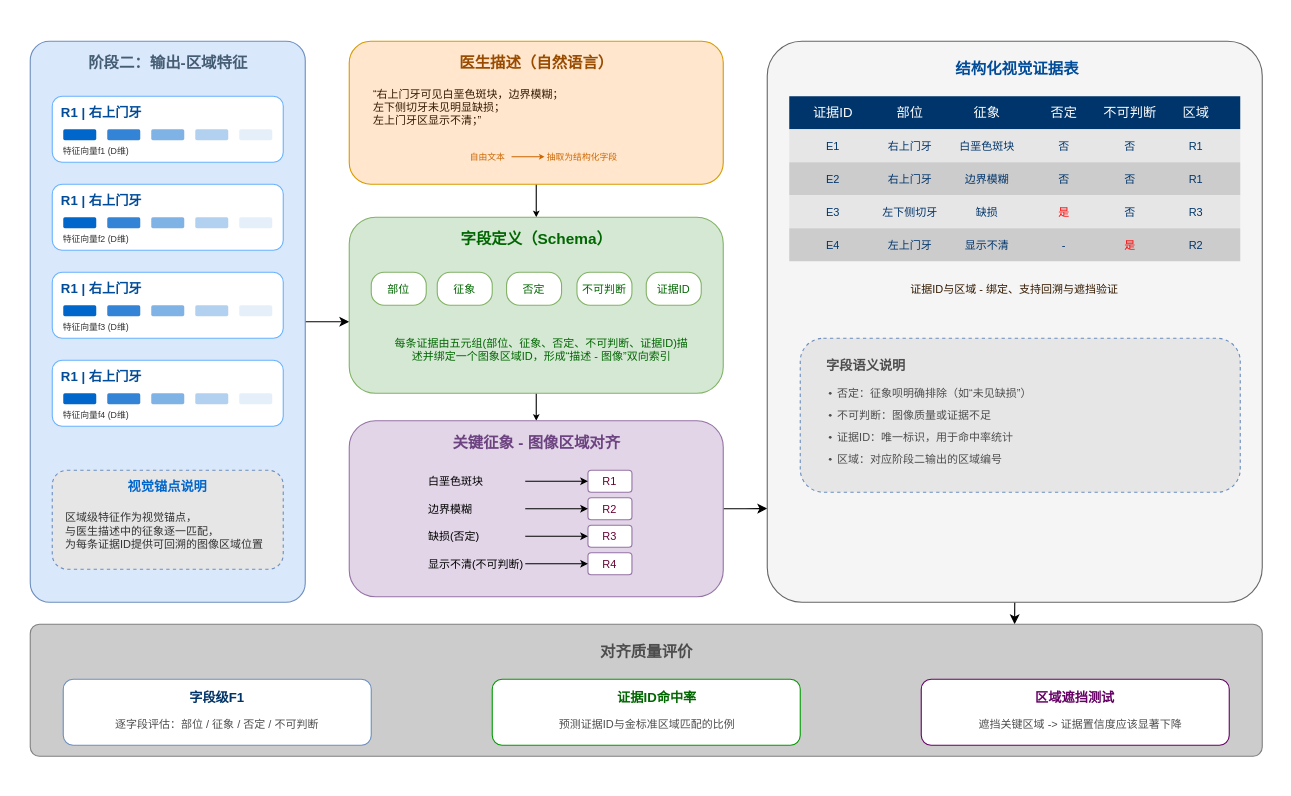
This is ThesisProposal/draft/开题报告-cc-v2/figures/图七视觉-语言证据对齐结构图.drawio from XiaoHG/medical-report-generation, a draw.io file, before an edit. Source tidied: cells renumbered, new cells numbered last; positions are measured from the earlier drawing's top-left corner, leaving out a move shared by most shapes. Both pictures are drawn from the tidied source at 110%, with x=0, y=0 at pixel (19, 19).
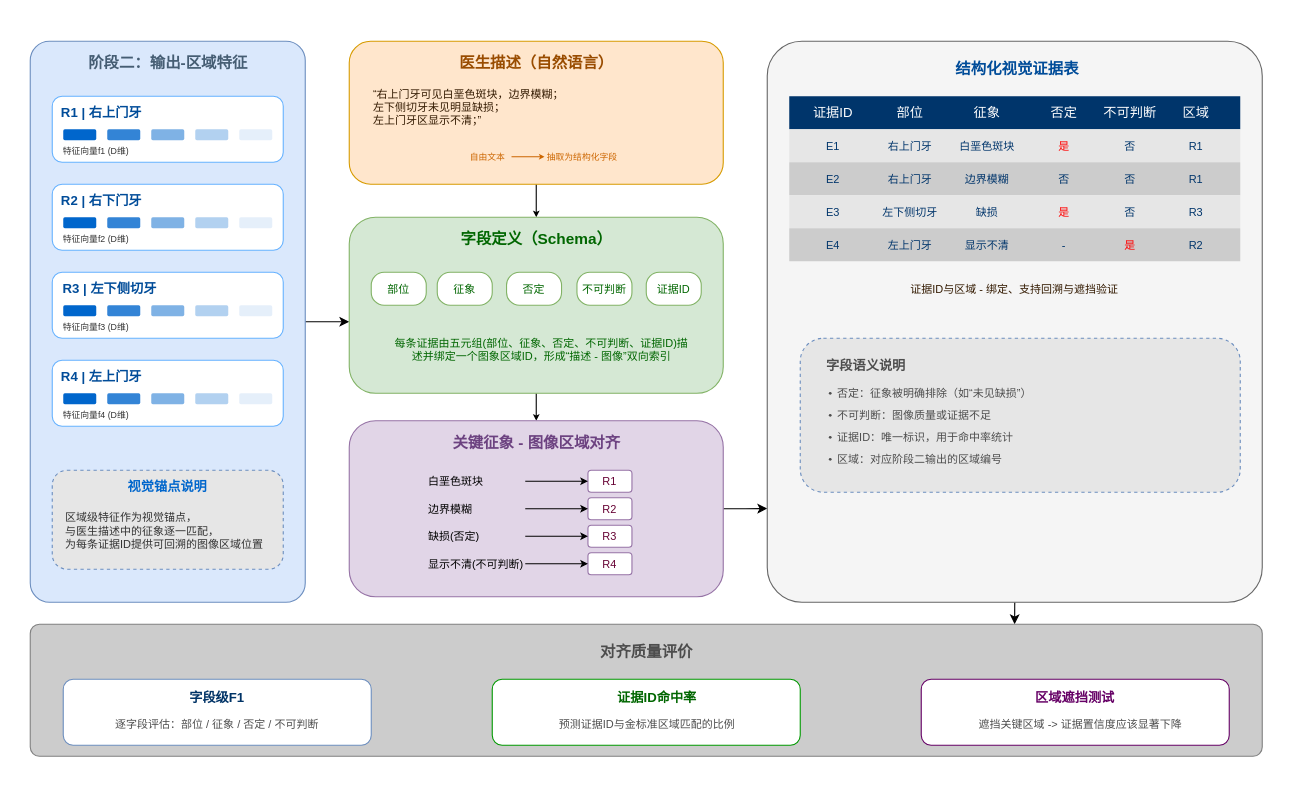
The same diagram, later.

What changed in the source:
```diff
@@
-    <mxCell id="15" value="R1 | 右上门牙" style="text;html=1;whiteSpace=wrap;strokeColor=none;fillColor=none;align=center;verticalAlign=middle;rounded=0;fontStyle=1;fontColor=#004C99;" parent="1" vertex="1">
+    <mxCell id="15" value="R2 | 右下门牙" style="text;html=1;whiteSpace=wrap;strokeColor=none;fillColor=none;align=center;verticalAlign=middle;rounded=0;fontStyle=1;fontColor=#004C99;" parent="1" vertex="1">
       <mxGeometry x="30" y="150" width="90" height="30" as="geometry" />
     </mxCell>
@@
-    <mxCell id="23" value="R1 | 右上门牙" style="text;html=1;whiteSpace=wrap;strokeColor=none;fillColor=none;align=center;verticalAlign=middle;rounded=0;fontStyle=1;fontColor=#004C99;" parent="1" vertex="1">
-      <mxGeometry x="30" y="230" width="90" height="30" as="geometry" />
+    <mxCell id="23" value="R3 | 左下侧切牙" style="text;html=1;whiteSpace=wrap;strokeColor=none;fillColor=none;align=center;verticalAlign=middle;rounded=0;fontStyle=1;fontColor=#004C99;" parent="1" vertex="1">
+      <mxGeometry x="30" y="230" width="105" height="30" as="geometry" />
     </mxCell>
@@
-    <mxCell id="31" value="R1 | 右上门牙" style="text;html=1;whiteSpace=wrap;strokeColor=none;fillColor=none;align=center;verticalAlign=middle;rounded=0;fontStyle=1;fontColor=#004C99;" parent="1" vertex="1">
+    <mxCell id="31" value="R4 | 左上门牙" style="text;html=1;whiteSpace=wrap;strokeColor=none;fillColor=none;align=center;verticalAlign=middle;rounded=0;fontStyle=1;fontColor=#004C99;" parent="1" vertex="1">
       <mxGeometry x="30" y="310" width="90" height="30" as="geometry" />
     </mxCell>
@@
-    <mxCell id="89" value="否" style="text;html=1;whiteSpace=wrap;strokeColor=none;fillColor=none;align=center;verticalAlign=middle;rounded=0;fontColor=#00356B;fontSize=10;" parent="1" vertex="1">
+    <mxCell id="89" value="是" style="text;html=1;whiteSpace=wrap;strokeColor=none;fillColor=none;align=center;verticalAlign=middle;rounded=0;fontColor=#FF0000;fontSize=10;" parent="1" vertex="1">
       <mxGeometry x="920" y="100" width="60" height="30" as="geometry" />
     </mxCell>
@@
-    <mxCell id="113" value="否定：征象呗明确排除（如“未见缺损”）" style="text;html=1;whiteSpace=wrap;strokeColor=none;fillColor=none;align=left;verticalAlign=middle;rounded=0;fontSize=10;fontColor=#4D4D4D;" parent="1" vertex="1">
+    <mxCell id="113" value="否定：征象被明确排除（如“未见缺损”）" style="text;html=1;whiteSpace=wrap;strokeColor=none;fillColor=none;align=left;verticalAlign=middle;rounded=0;fontSize=10;fontColor=#4D4D4D;" parent="1" vertex="1">
       <mxGeometry x="742" y="330" width="183" height="20" as="geometry" />
     </mxCell>
```
